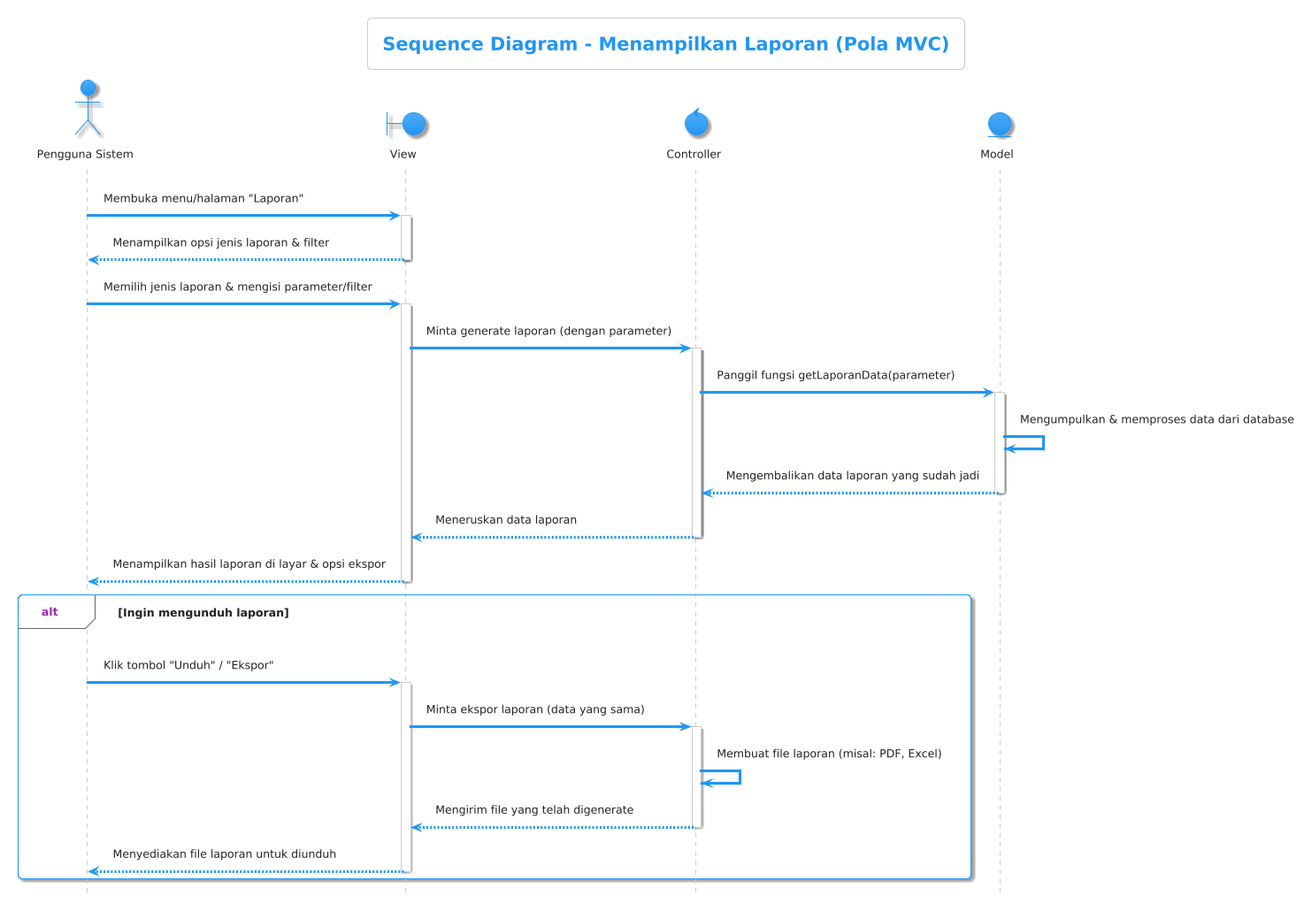
Before: sequence/Laporan/seq laporan.png, a diagram exported from PlantUML (Mrmgnt/diagram-kp). Source of this version:
```plantuml
@startuml
!theme materia

title Sequence Diagram - Menampilkan Laporan (Pola MVC)
hide footbox

actor "Pengguna Sistem" as Pengguna
boundary "View" as View
control "Controller" as Controller
entity "Model" as Model

Pengguna -> View: Membuka menu/halaman "Laporan"
activate View
View --> Pengguna: Menampilkan opsi jenis laporan & filter
deactivate View

Pengguna -> View: Memilih jenis laporan & mengisi parameter/filter
activate View

View -> Controller: Minta generate laporan (dengan parameter)
activate Controller

Controller -> Model: Panggil fungsi getLaporanData(parameter)
activate Model
Model -> Model: Mengumpulkan & memproses data dari database
Model --> Controller: Mengembalikan data laporan yang sudah jadi
deactivate Model

Controller --> View: Meneruskan data laporan
deactivate Controller

View --> Pengguna: Menampilkan hasil laporan di layar & opsi ekspor
deactivate View

alt Ingin mengunduh laporan
    Pengguna -> View: Klik tombol "Unduh" / "Ekspor"
    activate View

    View -> Controller: Minta ekspor laporan (data yang sama)
    activate Controller

    Controller -> Controller: Membuat file laporan (misal: PDF, Excel)
    Controller --> View: Mengirim file yang telah digenerate
    deactivate Controller

    View --> Pengguna: Menyediakan file laporan untuk diunduh
    deactivate View
end
@enduml
```
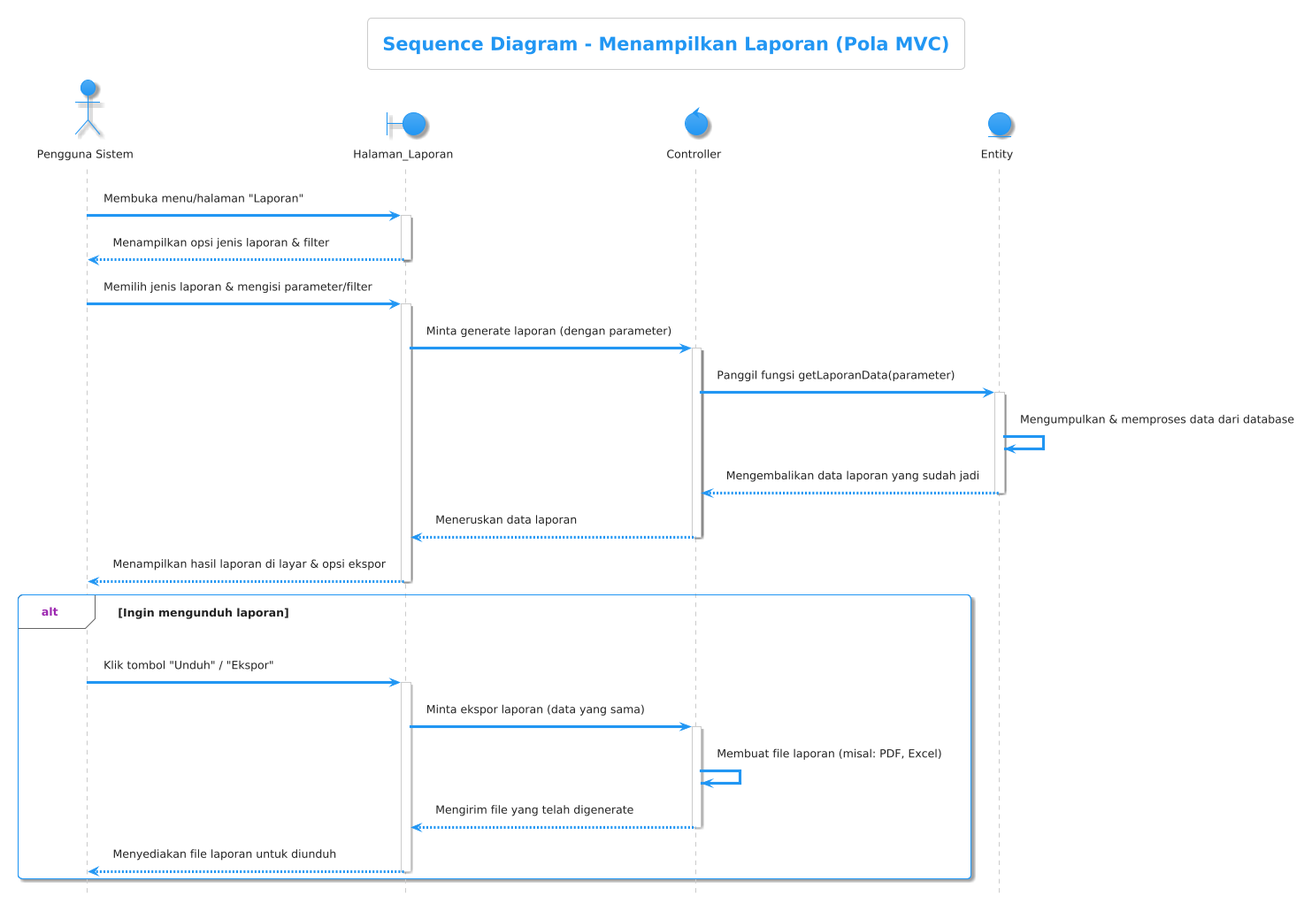
The same diagram one commit later.

Change to the diagram source:
```diff
@@ -5,45 +5,45 @@
 hide footbox
 
 actor "Pengguna Sistem" as Pengguna
-boundary "View" as View
+boundary "Halaman_Laporan" as Halaman_Laporan
 control "Controller" as Controller
-entity "Model" as Model
+entity "Entity" as Entity
 
-Pengguna -> View: Membuka menu/halaman "Laporan"
-activate View
-View --> Pengguna: Menampilkan opsi jenis laporan & filter
-deactivate View
+Pengguna -> Halaman_Laporan: Membuka menu/halaman "Laporan"
+activate Halaman_Laporan
+Halaman_Laporan --> Pengguna: Menampilkan opsi jenis laporan & filter
+deactivate Halaman_Laporan
 
-Pengguna -> View: Memilih jenis laporan & mengisi parameter/filter
-activate View
+Pengguna -> Halaman_Laporan: Memilih jenis laporan & mengisi parameter/filter
+activate Halaman_Laporan
 
-View -> Controller: Minta generate laporan (dengan parameter)
+Halaman_Laporan -> Controller: Minta generate laporan (dengan parameter)
 activate Controller
 
-Controller -> Model: Panggil fungsi getLaporanData(parameter)
-activate Model
-Model -> Model: Mengumpulkan & memproses data dari database
-Model --> Controller: Mengembalikan data laporan yang sudah jadi
-deactivate Model
+Controller -> Entity: Panggil fungsi getLaporanData(parameter)
+activate Entity
+Entity -> Entity: Mengumpulkan & memproses data dari database
+Entity --> Controller: Mengembalikan data laporan yang sudah jadi
+deactivate Entity
 
-Controller --> View: Meneruskan data laporan
+Controller --> Halaman_Laporan: Meneruskan data laporan
 deactivate Controller
 
-View --> Pengguna: Menampilkan hasil laporan di layar & opsi ekspor
-deactivate View
+Halaman_Laporan --> Pengguna: Menampilkan hasil laporan di layar & opsi ekspor
+deactivate Halaman_Laporan
 
 alt Ingin mengunduh laporan
-    Pengguna -> View: Klik tombol "Unduh" / "Ekspor"
-    activate View
+    Pengguna -> Halaman_Laporan: Klik tombol "Unduh" / "Ekspor"
+    activate Halaman_Laporan
 
-    View -> Controller: Minta ekspor laporan (data yang sama)
+    Halaman_Laporan -> Controller: Minta ekspor laporan (data yang sama)
     activate Controller
 
     Controller -> Controller: Membuat file laporan (misal: PDF, Excel)
-    Controller --> View: Mengirim file yang telah digenerate
+    Controller --> Halaman_Laporan: Mengirim file yang telah digenerate
     deactivate Controller
 
-    View --> Pengguna: Menyediakan file laporan untuk diunduh
-    deactivate View
+    Halaman_Laporan --> Pengguna: Menyediakan file laporan untuk diunduh
+    deactivate Halaman_Laporan
 end
 @enduml
```
